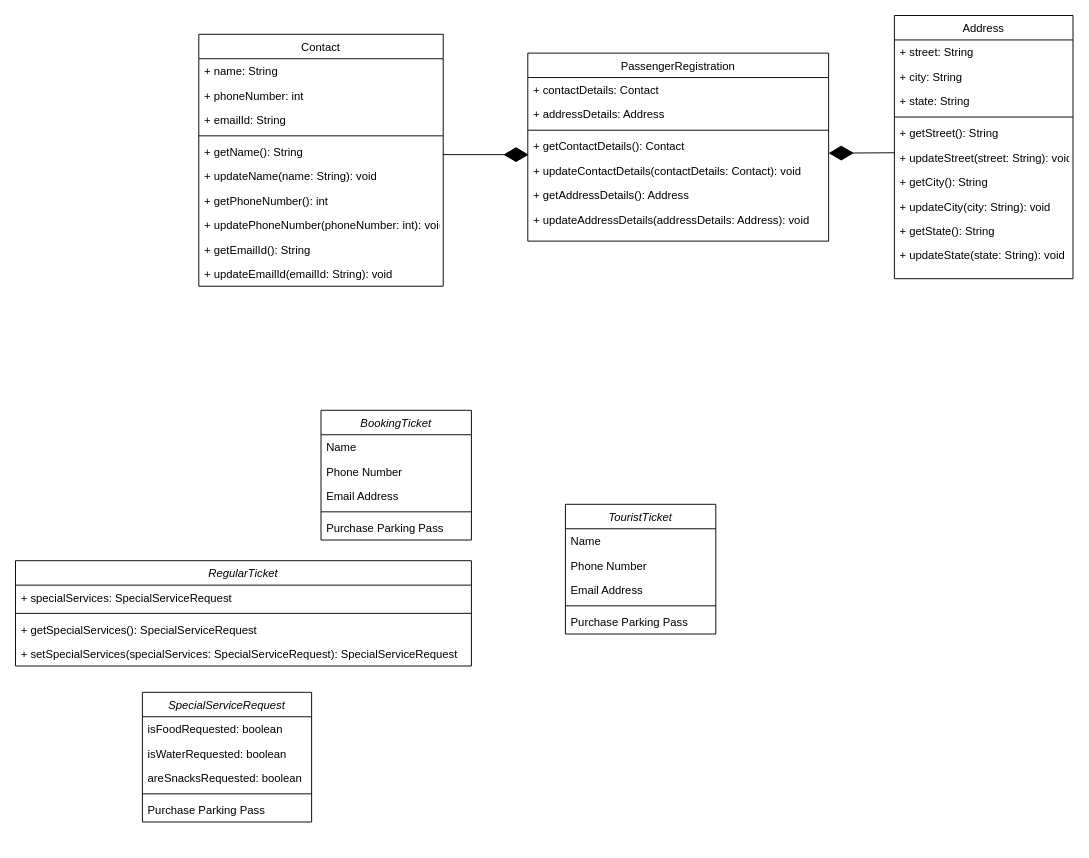
SaiArjunL/my_repo keeps this draw.io diagram as Flight Reservation System.drawio. Above is the earlier version. Source tidied: cells renumbered, new cells numbered last; positions are measured from the earlier drawing's top-left corner, leaving out a move shared by most shapes. Both pictures are drawn from the tidied source at 94%, with x=0, y=0 at pixel (15, 15).
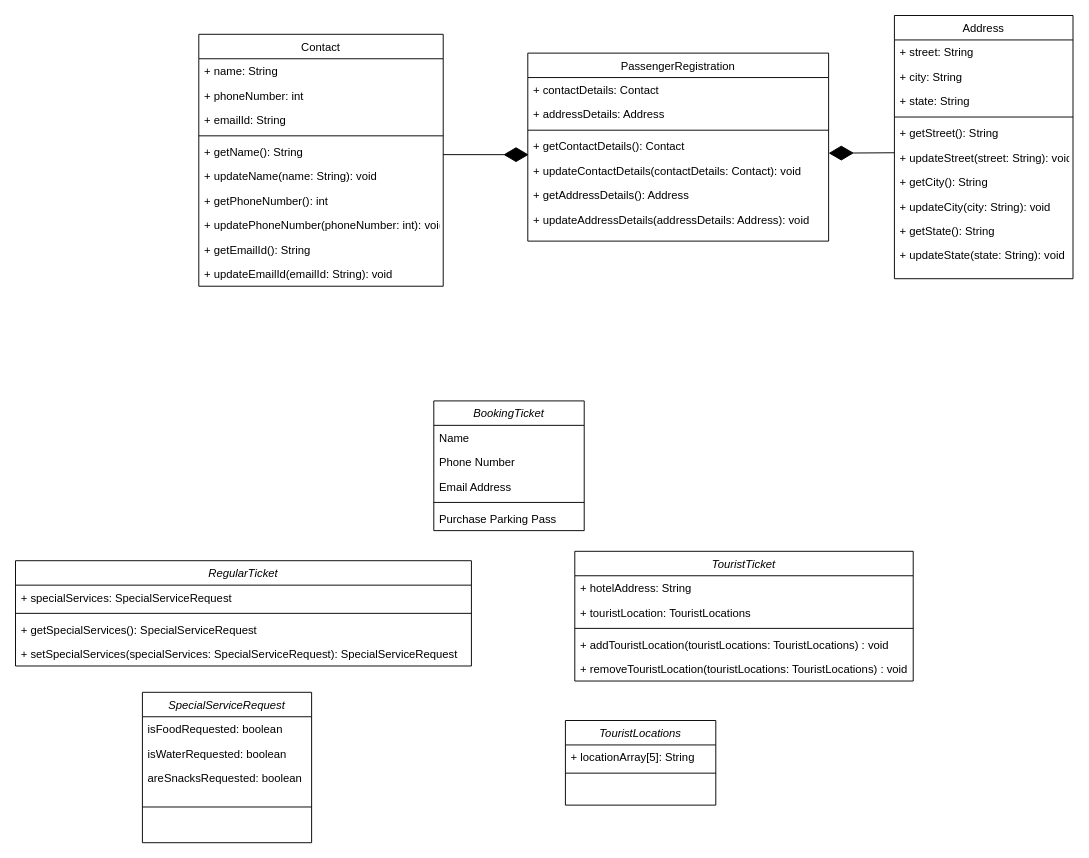
After the change.

What changed in the source:
```diff
@@
     <mxCell id="39" value="BookingTicket" style="swimlane;fontStyle=2;align=center;verticalAlign=top;horizontal=1;startSize=26;rounded=0;shadow=0;strokeWidth=1;" parent="1" vertex="1">
-      <mxGeometry x="325" y="420" width="160" height="138" as="geometry" />
+      <mxGeometry x="445" y="410" width="160" height="138" as="geometry" />
     </mxCell>
@@
     <mxCell id="45" value="TouristTicket" style="swimlane;fontStyle=2;align=center;verticalAlign=top;horizontal=1;startSize=26;rounded=0;shadow=0;strokeWidth=1;" parent="1" vertex="1">
-      <mxGeometry x="585" y="520" width="160" height="138" as="geometry" />
+      <mxGeometry x="595" y="570" width="360" height="138" as="geometry" />
     </mxCell>
-    <mxCell id="46" value="Name" style="text;align=left;verticalAlign=top;spacingLeft=4;spacingRight=4;overflow=hidden;" parent="45" vertex="1">
-      <mxGeometry y="26" width="160" height="26" as="geometry" />
+    <mxCell id="46" value="+ hotelAddress: String" style="text;align=left;verticalAlign=top;spacingLeft=4;spacingRight=4;overflow=hidden;" parent="45" vertex="1">
+      <mxGeometry y="26" width="360" height="26" as="geometry" />
     </mxCell>
-    <mxCell id="47" value="Phone Number" style="text;align=left;verticalAlign=top;spacingLeft=4;spacingRight=4;overflow=hidden;rounded=0;shadow=0;html=0;" parent="45" vertex="1">
-      <mxGeometry y="52" width="160" height="26" as="geometry" />
-    </mxCell>
-    <mxCell id="48" value="Email Address" style="text;align=left;verticalAlign=top;spacingLeft=4;spacingRight=4;overflow=hidden;rounded=0;shadow=0;html=0;" parent="45" vertex="1">
-      <mxGeometry y="78" width="160" height="26" as="geometry" />
+    <mxCell id="48" value="+ touristLocation: TouristLocations" style="text;align=left;verticalAlign=top;spacingLeft=4;spacingRight=4;overflow=hidden;rounded=0;shadow=0;html=0;" parent="45" vertex="1">
+      <mxGeometry y="52" width="360" height="26" as="geometry" />
     </mxCell>
     <mxCell id="49" style="line;html=1;strokeWidth=1;align=left;verticalAlign=middle;spacingTop=-1;spacingLeft=3;spacingRight=3;labelPosition=right;" parent="45" vertex="1">
-      <mxGeometry y="104" width="160" height="8" as="geometry" />
+      <mxGeometry y="78" width="360" height="8" as="geometry" />
     </mxCell>
-    <mxCell id="50" value="Purchase Parking Pass" style="text;align=left;verticalAlign=top;spacingLeft=4;spacingRight=4;overflow=hidden;" parent="45" vertex="1">
-      <mxGeometry y="112" width="160" height="26" as="geometry" />
+    <mxCell id="50" value="+ addTouristLocation(touristLocations: TouristLocations) : void" style="text;align=left;verticalAlign=top;spacingLeft=4;spacingRight=4;overflow=hidden;" parent="45" vertex="1">
+      <mxGeometry y="86" width="360" height="26" as="geometry" />
     </mxCell>
+    <mxCell id="57" value="+ removeTouristLocation(touristLocations: TouristLocations) : void" style="text;align=left;verticalAlign=top;spacingLeft=4;spacingRight=4;overflow=hidden;" parent="45" vertex="1">
+      <mxGeometry y="112" width="360" height="26" as="geometry" />
+    </mxCell>
     <mxCell id="51" value="SpecialServiceRequest" style="swimlane;fontStyle=2;align=center;verticalAlign=top;horizontal=1;startSize=26;rounded=0;shadow=0;strokeWidth=1;" parent="1" vertex="1">
-      <mxGeometry x="135" y="720" width="180" height="138" as="geometry" />
+      <mxGeometry x="135" y="720" width="180" height="160" as="geometry" />
     </mxCell>
@@
     <mxCell id="55" style="line;html=1;strokeWidth=1;align=left;verticalAlign=middle;spacingTop=-1;spacingLeft=3;spacingRight=3;labelPosition=right;" parent="51" vertex="1">
-      <mxGeometry y="104" width="180" height="8" as="geometry" />
+      <mxGeometry y="104" width="180" height="36" as="geometry" />
     </mxCell>
-    <mxCell id="56" value="Purchase Parking Pass" style="text;align=left;verticalAlign=top;spacingLeft=4;spacingRight=4;overflow=hidden;" parent="51" vertex="1">
-      <mxGeometry y="112" width="180" height="26" as="geometry" />
-    </mxCell>
+    <mxCell id="58" value="TouristLocations" style="swimlane;fontStyle=2;align=center;verticalAlign=top;horizontal=1;startSize=26;rounded=0;shadow=0;strokeWidth=1;" parent="1" vertex="1">
+      <mxGeometry x="585" y="750" width="160" height="90" as="geometry" />
+    </mxCell>
+    <mxCell id="59" value="+ locationArray[5]: String" style="text;align=left;verticalAlign=top;spacingLeft=4;spacingRight=4;overflow=hidden;" parent="58" vertex="1">
+      <mxGeometry y="26" width="160" height="26" as="geometry" />
+    </mxCell>
+    <mxCell id="60" style="line;html=1;strokeWidth=1;align=left;verticalAlign=middle;spacingTop=-1;spacingLeft=3;spacingRight=3;labelPosition=right;" parent="58" vertex="1">
+      <mxGeometry y="52" width="160" height="8" as="geometry" />
+    </mxCell>
```
